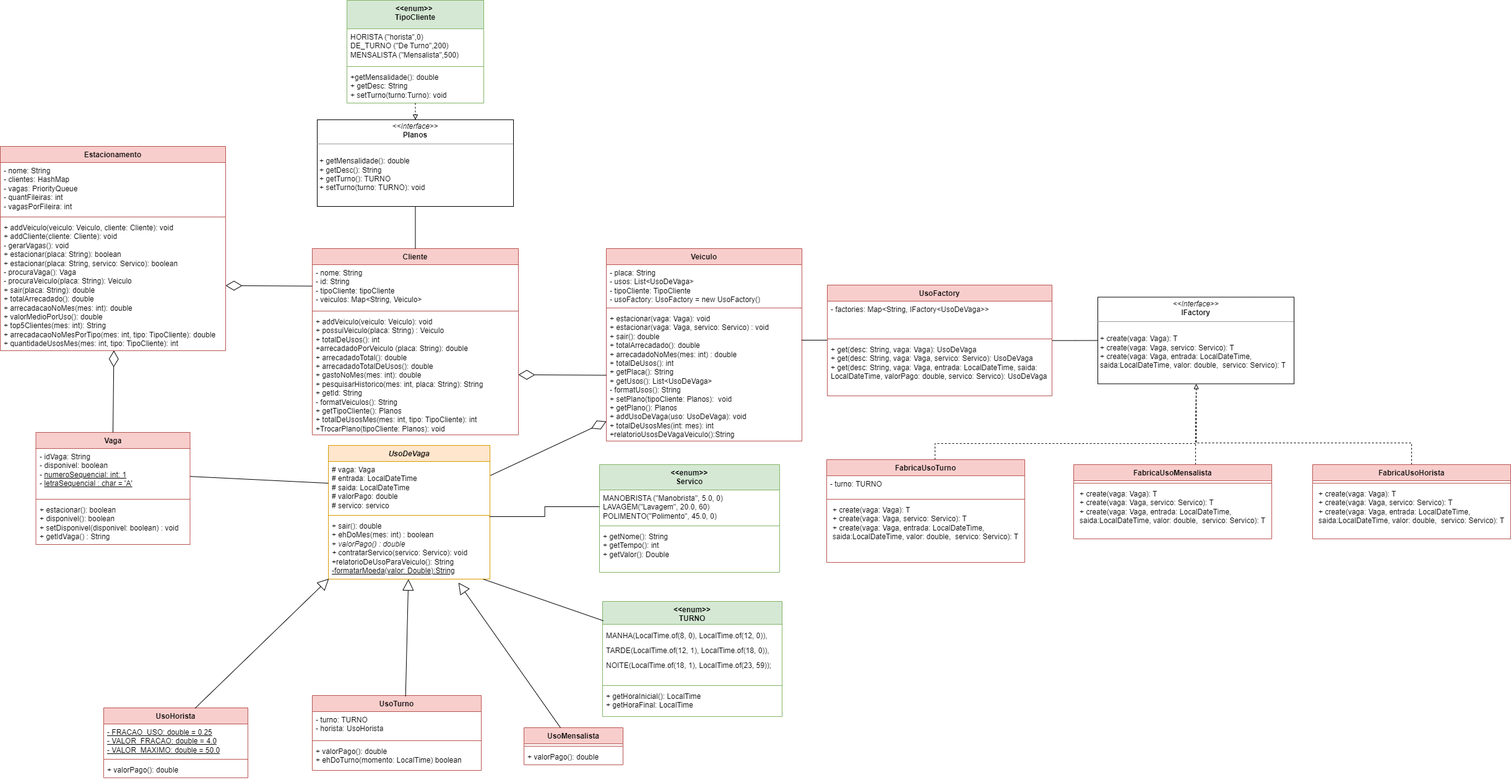
Earlier version of the draw.io export docs/diagramas/estacionamentoLPM.drawio.png (DisciplinasProgramacao/projeto3-g4). Source tidied: cells renumbered, new cells last; positions are measured from the earlier drawing's top-left corner, leaving out a move shared by most shapes.
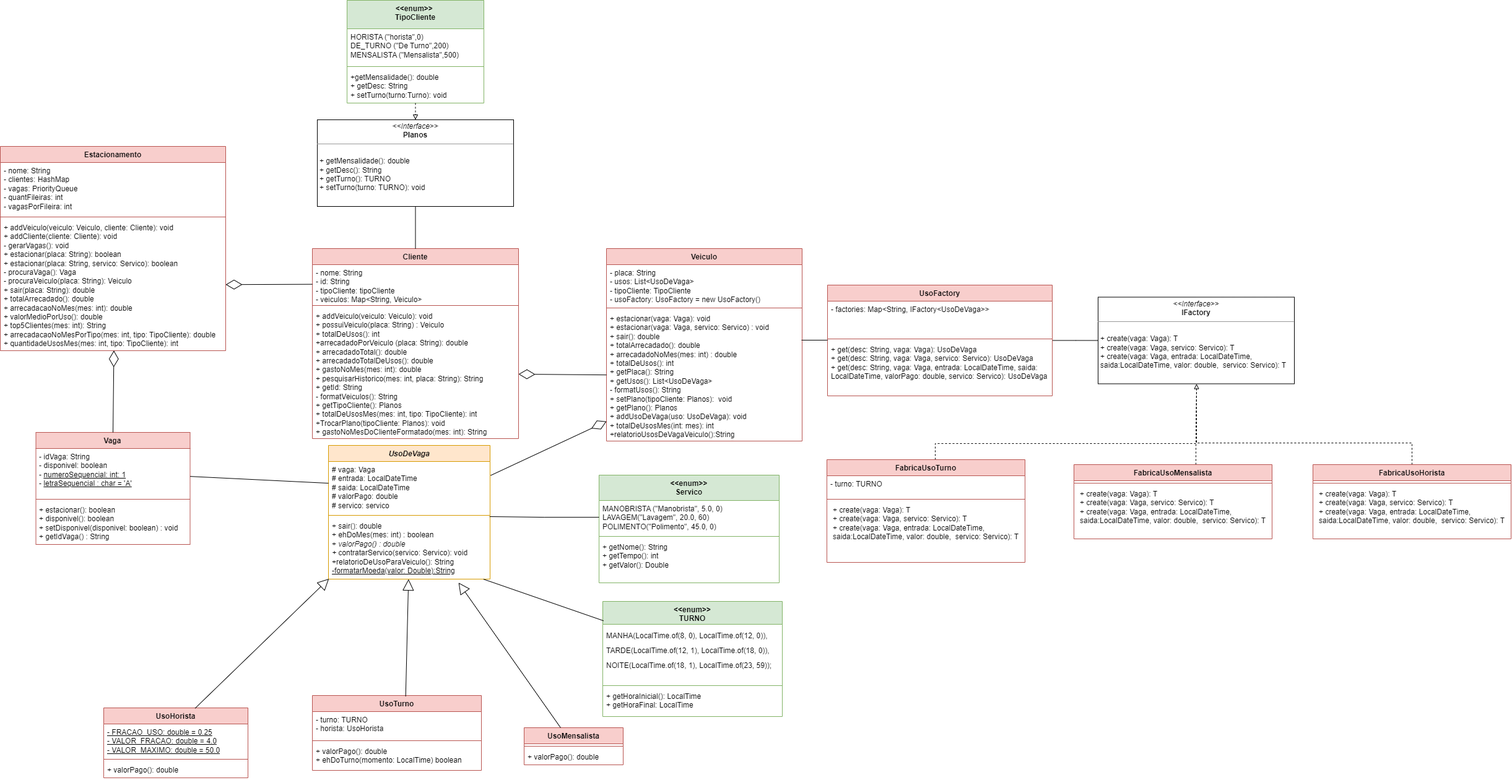
After the change.

Commit message:
diagrama atualizado

Change to the diagram source:
```diff
@@ -27,16 +27,16 @@
       <mxGeometry y="112" width="249" height="69" as="geometry" />
     </mxCell>
     <mxCell id="10" value="Cliente" style="swimlane;fontStyle=1;align=center;verticalAlign=top;horizontal=1;startSize=26;whiteSpace=wrap;html=1;fillColor=#f8cecc;strokeColor=#b85450;" parent="1" vertex="1">
-      <mxGeometry x="504" y="401" width="333" height="301" as="geometry" />
+      <mxGeometry x="504" y="401" width="333" height="307" as="geometry" />
     </mxCell>
     <mxCell id="11" value="- nome: String&lt;br&gt;- id: String&lt;br&gt;- tipoCliente: tipoCliente&lt;br&gt;- veiculos:&amp;nbsp;Map&amp;lt;String, Veiculo&amp;gt;" style="text;strokeColor=none;fillColor=none;align=left;verticalAlign=top;spacingLeft=4;spacingRight=4;overflow=hidden;points=[[0,0.5],[1,0.5]];portConstraint=eastwest;whiteSpace=wrap;html=1;" parent="10" vertex="1">
-      <mxGeometry y="26" width="333" height="71" as="geometry" />
+      <mxGeometry y="26" width="333" height="62" as="geometry" />
     </mxCell>
     <mxCell id="12" style="line;strokeWidth=1;fillColor=none;align=left;verticalAlign=middle;spacingTop=-1;spacingLeft=3;spacingRight=3;labelPosition=right;strokeColor=inherit;" parent="10" vertex="1">
-      <mxGeometry y="97" width="333" height="8" as="geometry" />
+      <mxGeometry y="88" width="333" height="8" as="geometry" />
     </mxCell>
-    <mxCell id="13" value="+ addVeiculo(veiculo: Veiculo): void&lt;br&gt;+&amp;nbsp;possuiVeiculo(placa: String) : Veiculo&lt;br&gt;+&amp;nbsp;totalDeUsos(): int&lt;br&gt;+arrecadadoPorVeiculo (placa: String): double&lt;br&gt;+&amp;nbsp;arrecadadoTotal(): double&lt;br&gt;+&amp;nbsp;arrecadadoTotalDeUsos(): double&lt;br&gt;+&amp;nbsp;gastoNoMes(mes: int): double&lt;br&gt;+&amp;nbsp;pesquisarHistorico(mes: int, placa: String): String&lt;br&gt;+ getId: String&lt;br&gt;- formatVeiculos(): String&lt;br&gt;+&amp;nbsp;getTipoCliente(): Planos&lt;br&gt;+&amp;nbsp;totalDeUsosMes(mes: int, tipo: TipoCliente): int&lt;br&gt;+TrocarPlano(tipoCliente: Planos): void" style="text;strokeColor=none;fillColor=none;align=left;verticalAlign=top;spacingLeft=4;spacingRight=4;overflow=hidden;points=[[0,0.5],[1,0.5]];portConstraint=eastwest;whiteSpace=wrap;html=1;" parent="10" vertex="1">
-      <mxGeometry y="105" width="333" height="196" as="geometry" />
+    <mxCell id="13" value="+ addVeiculo(veiculo: Veiculo): void&lt;br&gt;+&amp;nbsp;possuiVeiculo(placa: String) : Veiculo&lt;br&gt;+&amp;nbsp;totalDeUsos(): int&lt;br&gt;+arrecadadoPorVeiculo (placa: String): double&lt;br&gt;+&amp;nbsp;arrecadadoTotal(): double&lt;br&gt;+&amp;nbsp;arrecadadoTotalDeUsos(): double&lt;br&gt;+&amp;nbsp;gastoNoMes(mes: int): double&lt;br&gt;+&amp;nbsp;pesquisarHistorico(mes: int, placa: String): String&lt;br&gt;+ getId: String&lt;br&gt;- formatVeiculos(): String&lt;br&gt;+&amp;nbsp;getTipoCliente(): Planos&lt;br&gt;+&amp;nbsp;totalDeUsosMes(mes: int, tipo: TipoCliente): int&lt;br&gt;+TrocarPlano(tipoCliente: Planos): void&lt;br&gt;+ gastoNoMesDoClienteFormatado(mes: int): String" style="text;strokeColor=none;fillColor=none;align=left;verticalAlign=top;spacingLeft=4;spacingRight=4;overflow=hidden;points=[[0,0.5],[1,0.5]];portConstraint=eastwest;whiteSpace=wrap;html=1;" parent="10" vertex="1">
+      <mxGeometry y="96" width="333" height="211" as="geometry" />
     </mxCell>
     <mxCell id="14" value="&lt;i&gt;UsoDeVaga&lt;/i&gt;" style="swimlane;fontStyle=1;align=center;verticalAlign=top;horizontal=1;startSize=26;whiteSpace=wrap;html=1;fillColor=#ffe6cc;strokeColor=#d79b00;" parent="1" vertex="1">
       <mxGeometry x="530" y="719" width="261" height="216" as="geometry" />
@@ -63,7 +63,7 @@
       <mxGeometry y="100" width="316" height="211" as="geometry" />
     </mxCell>
     <mxCell id="22" value="&amp;lt;&amp;lt;enum&amp;gt;&amp;gt;&lt;br&gt;Servico" style="swimlane;fontStyle=1;align=center;verticalAlign=top;horizontal=1;startSize=41;whiteSpace=wrap;html=1;fillColor=#d5e8d4;strokeColor=#82b366;" parent="1" vertex="1">
-      <mxGeometry x="968" y="750" width="291" height="174" as="geometry" />
+      <mxGeometry x="967" y="767" width="291" height="174" as="geometry" />
     </mxCell>
     <mxCell id="23" value="MANOBRISTA (&quot;Manobrista&quot;, 5.0, 0)&lt;br&gt;LAVAGEM(&quot;Lavagem&quot;, 20.0, 60)&lt;br&gt;POLIMENTO(&quot;Polimento&quot;, 45.0, 0)&amp;nbsp;" style="text;strokeColor=none;fillColor=none;align=left;verticalAlign=top;spacingLeft=4;spacingRight=4;overflow=hidden;points=[[0,0.5],[1,0.5]];portConstraint=eastwest;whiteSpace=wrap;html=1;" parent="22" vertex="1">
       <mxGeometry y="41" width="291" height="54" as="geometry" />
```
